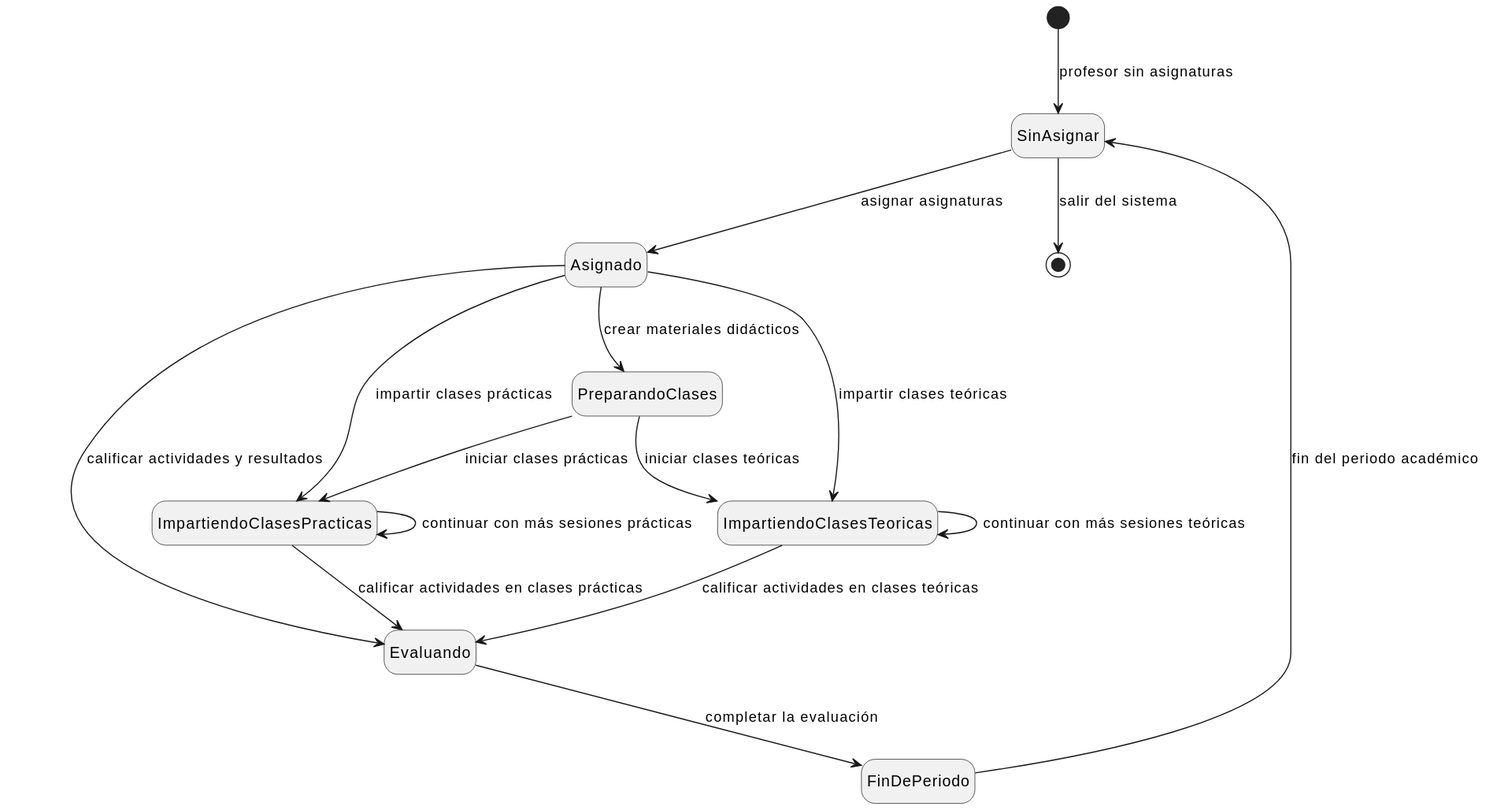
Before: Documentos/Imagenes/DiagramaEstados/cicloDeVidaProfesor.svg, a diagram exported from PlantUML (mmasias/24-25-IdSw1-SDR).
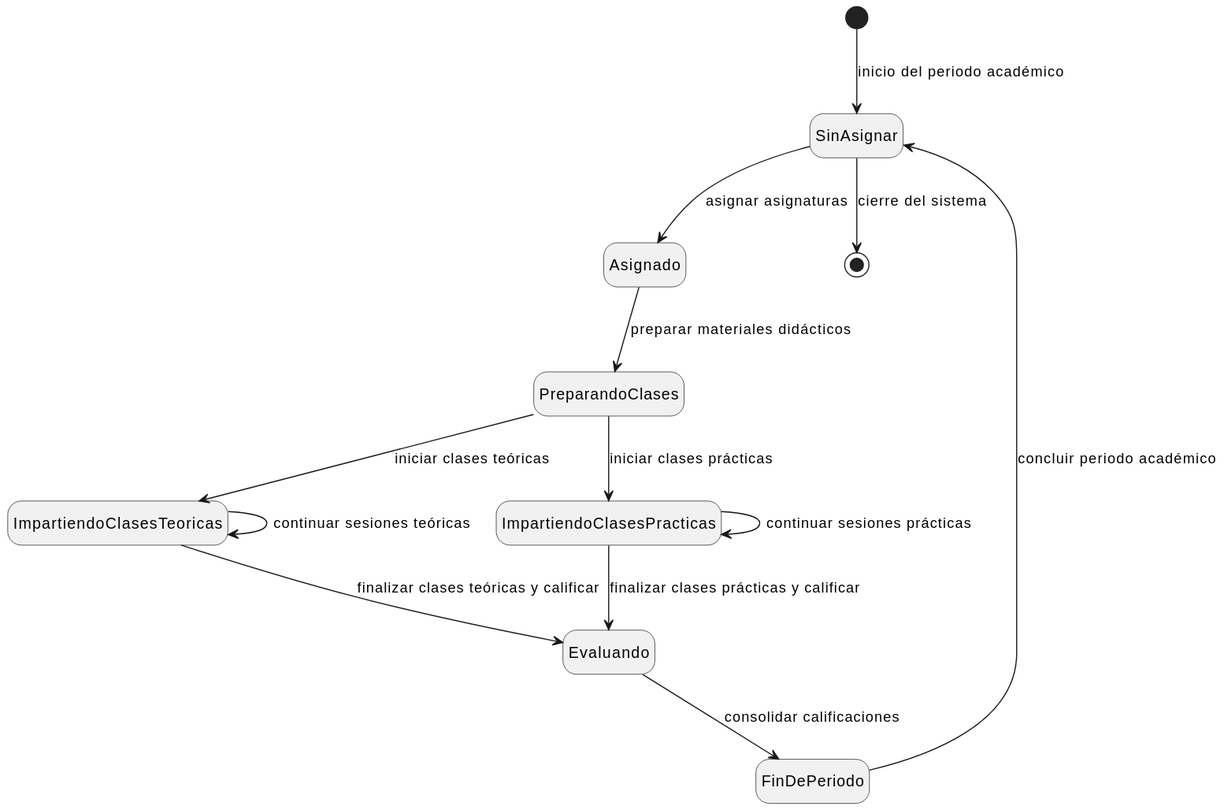
The same diagram one commit later.

Change to the diagram source:
```diff
@@ -1,24 +1,20 @@
 @startuml
 hide empty description
 
-[*] --> SinAsignar : profesor sin asignaturas
+[*] --> SinAsignar : inicio del periodo académico
 SinAsignar --> Asignado : asignar asignaturas
 
-Asignado --> PreparandoClases : crear materiales didácticos
-Asignado --> ImpartiendoClasesTeoricas : impartir clases teóricas
-Asignado --> ImpartiendoClasesPracticas : impartir clases prácticas
-Asignado --> Evaluando : calificar actividades y resultados
-
+Asignado --> PreparandoClases : preparar materiales didácticos
 PreparandoClases --> ImpartiendoClasesTeoricas : iniciar clases teóricas
 PreparandoClases --> ImpartiendoClasesPracticas : iniciar clases prácticas
 
-ImpartiendoClasesTeoricas --> ImpartiendoClasesTeoricas : continuar con más sesiones teóricas
-ImpartiendoClasesTeoricas --> Evaluando : calificar actividades en clases teóricas
+ImpartiendoClasesTeoricas --> ImpartiendoClasesTeoricas : continuar sesiones teóricas
+ImpartiendoClasesTeoricas --> Evaluando : finalizar clases teóricas y calificar
 
-ImpartiendoClasesPracticas --> ImpartiendoClasesPracticas : continuar con más sesiones prácticas
-ImpartiendoClasesPracticas --> Evaluando : calificar actividades en clases prácticas
+ImpartiendoClasesPracticas --> ImpartiendoClasesPracticas : continuar sesiones prácticas
+ImpartiendoClasesPracticas --> Evaluando : finalizar clases prácticas y calificar
 
-Evaluando --> FinDePeriodo : completar la evaluación
-FinDePeriodo --> SinAsignar : fin del periodo académico
-SinAsignar --> [*] : salir del sistema
+Evaluando --> FinDePeriodo : consolidar calificaciones
+FinDePeriodo --> SinAsignar : concluir periodo académico
+SinAsignar --> [*] : cierre del sistema
 @enduml
```
